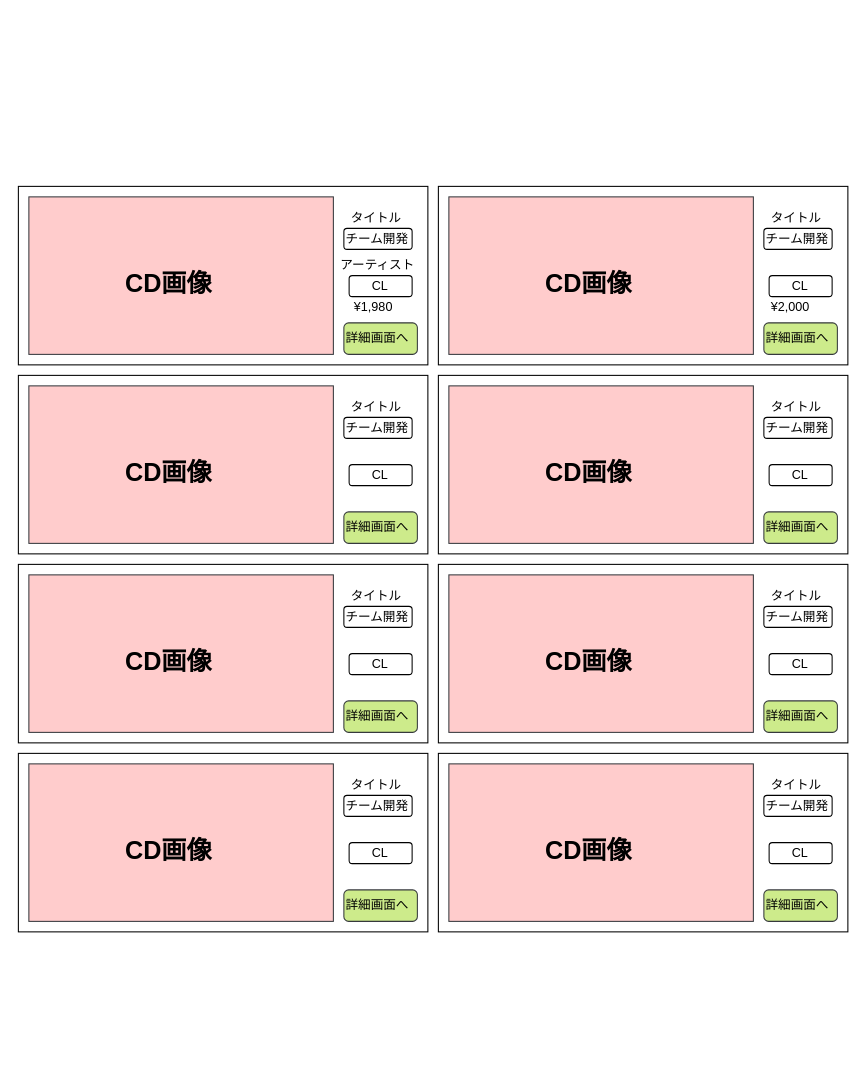
Before: ワイヤーフレーム/admin/admin_item_list.drawio in ecl11/ECL, a draw.io diagram. Source tidied: cells renumbered, new cells numbered last; positions are measured from the earlier drawing's top-left corner, leaving out a move shared by most shapes. Both pictures are drawn from the tidied source at 105%, with x=0, y=0 at pixel (18, 186).
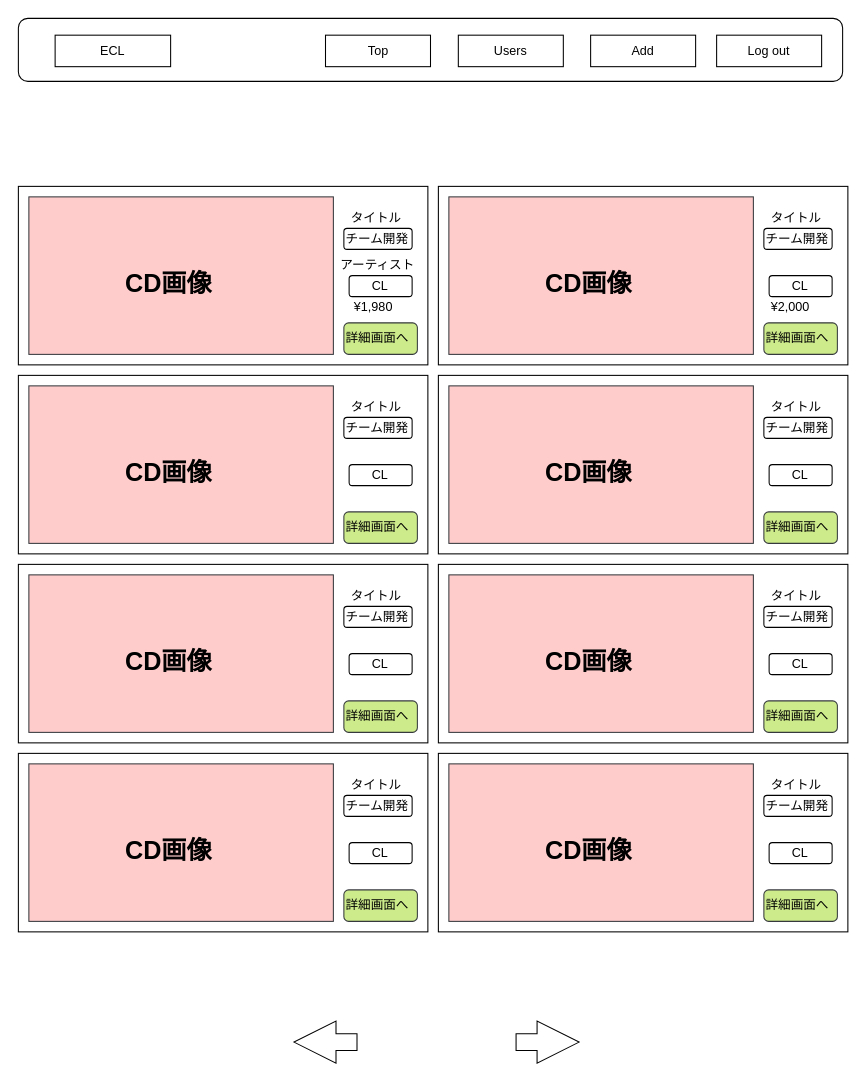
The same page after the edit.

Commit message:
admin_item_list.drawio を更新します

Change to the diagram source:
```diff
@@
+    <mxCell id="77" style="rounded=1;whiteSpace=wrap;html=1;" parent="1" vertex="1">
+      <mxGeometry y="-160" width="785" height="60" as="geometry" />
+    </mxCell>
+    <mxCell id="78" value="ECL" style="rounded=0;whiteSpace=wrap;html=1;" parent="1" vertex="1">
+      <mxGeometry x="35" y="-144" width="110" height="30" as="geometry" />
+    </mxCell>
+    <mxCell id="79" value="Top" style="rounded=0;whiteSpace=wrap;html=1;" parent="1" vertex="1">
+      <mxGeometry x="292.5" y="-144" width="100" height="30" as="geometry" />
+    </mxCell>
+    <mxCell id="80" value="Add" style="rounded=0;whiteSpace=wrap;html=1;" parent="1" vertex="1">
+      <mxGeometry x="545" y="-144" width="100" height="30" as="geometry" />
+    </mxCell>
+    <mxCell id="81" value="Log out" style="rounded=0;whiteSpace=wrap;html=1;" parent="1" vertex="1">
+      <mxGeometry x="665" y="-144" width="100" height="30" as="geometry" />
+    </mxCell>
+    <mxCell id="82" value="Users" style="rounded=0;whiteSpace=wrap;html=1;" parent="1" vertex="1">
+      <mxGeometry x="419" y="-144" width="100" height="30" as="geometry" />
+    </mxCell>
+    <mxCell id="83" style="html=1;shadow=0;dashed=0;align=center;verticalAlign=middle;shape=mxgraph.arrows2.arrow;dy=0.6;dx=40;notch=0;rotation=180;" parent="1" vertex="1">
+      <mxGeometry x="262.5" y="795" width="60" height="40" as="geometry" />
+    </mxCell>
+    <mxCell id="84" style="html=1;shadow=0;dashed=0;align=center;verticalAlign=middle;shape=mxgraph.arrows2.arrow;dy=0.6;dx=40;notch=0;" parent="1" vertex="1">
+      <mxGeometry x="474" y="795" width="60" height="40" as="geometry" />
+    </mxCell>
```
